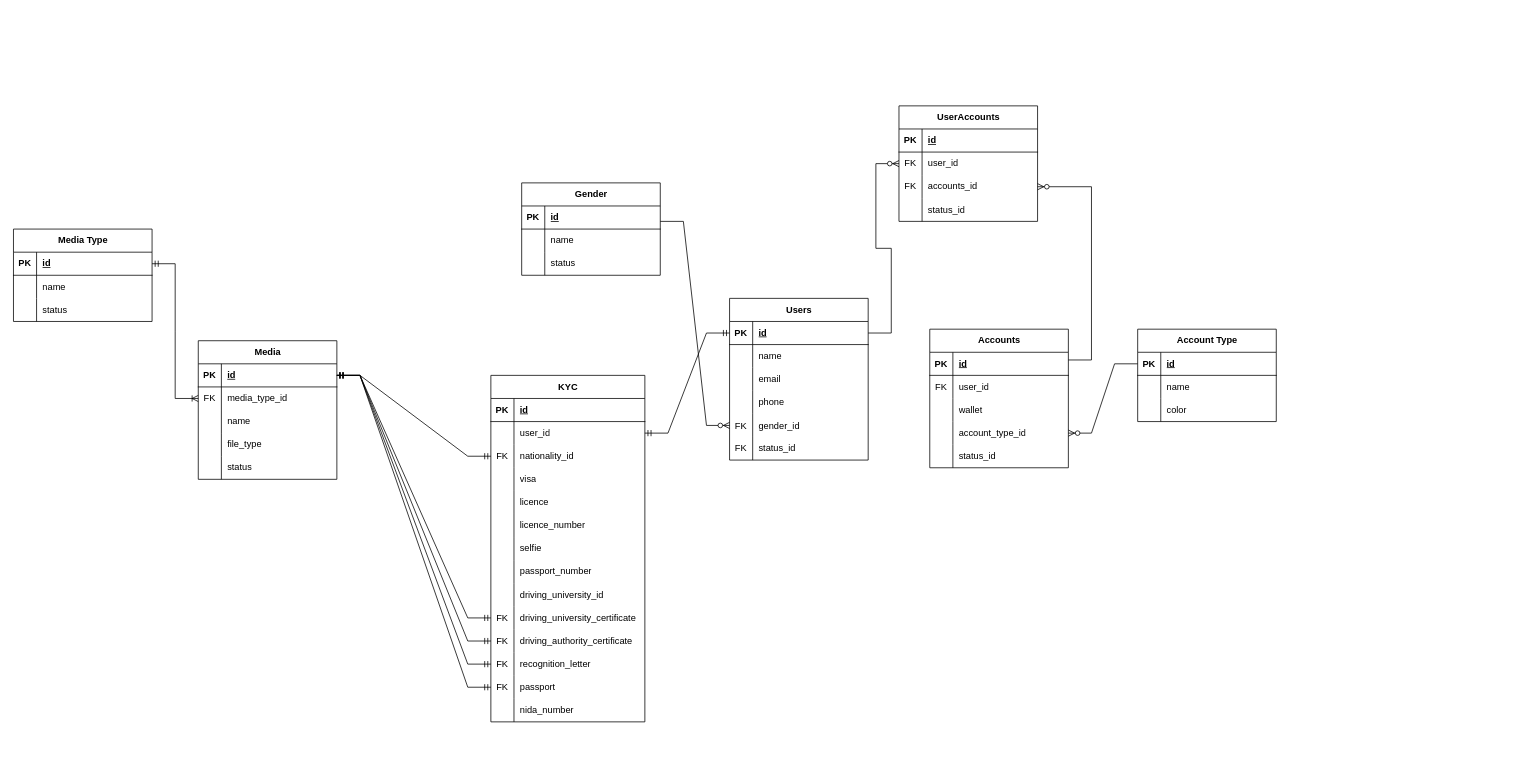
Above: irison_db_with_relationships.drawio in gmako6/irison (draw.io), before the change. Source tidied: cells renumbered, new cells numbered last; positions are measured from the earlier drawing's top-left corner, leaving out a move shared by most shapes. Both pictures are drawn from the tidied source at 77%, with x=0, y=0 at pixel (13, 105).
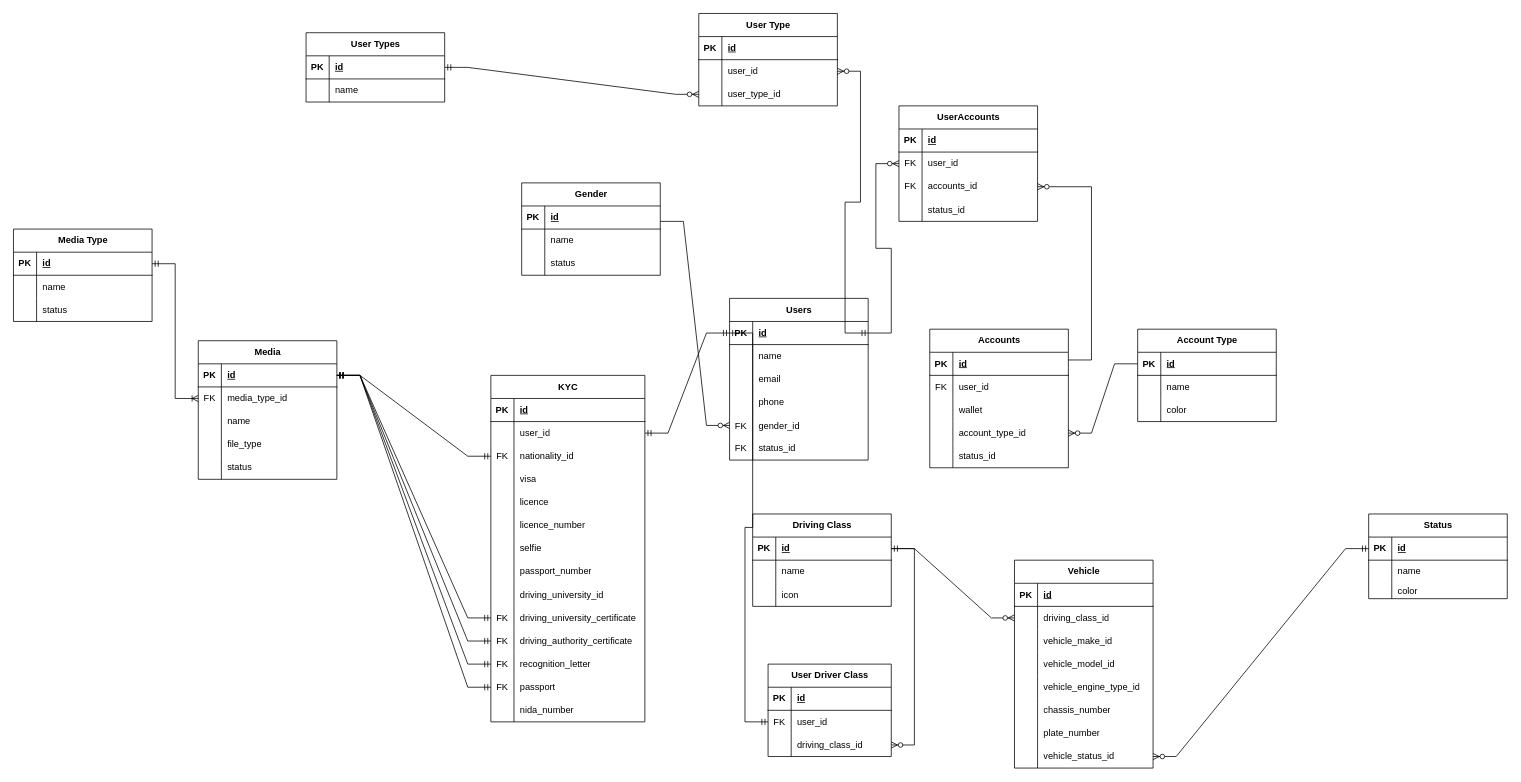
The same diagram, later.

The change refers to these unchanged cells:
```xml
<mxCell id="3" style="shape=tableRow;horizontal=0;startSize=0;swimlaneHead=0;swimlaneBody=0;fillColor=none;points=[[0,0.5],[1,0.5]];portConstraint=eastwest;top=0;left=0;right=0;bottom=1;" parent="2" vertex="1">
  <mxGeometry y="30" width="180" height="30" as="geometry" />
</mxCell>
```

What changed in the source:
```diff
@@
+    <mxCell id="150" value="Driving Class" style="shape=table;startSize=30;childLayout=tableLayout;rowLines=0;fontStyle=1;align=center;html=1;" parent="1" vertex="1">
+      <mxGeometry x="960" y="530" width="180" height="120" as="geometry" />
+    </mxCell>
+    <mxCell id="151" style="shape=tableRow;horizontal=0;startSize=0;swimlaneHead=0;swimlaneBody=0;fillColor=none;points=[[0,0.5],[1,0.5]];portConstraint=eastwest;top=0;left=0;right=0;bottom=1;" parent="150" vertex="1">
+      <mxGeometry y="30" width="180" height="30" as="geometry" />
+    </mxCell>
+    <mxCell id="152" value="PK" style="shape=partialRectangle;fillColor=none;top=0;left=0;bottom=0;right=0;fontStyle=1;overflow=hidden;whiteSpace=wrap;html=1;" parent="151" vertex="1">
+      <mxGeometry width="30" height="30" as="geometry" />
+    </mxCell>
+    <mxCell id="153" value="id" style="shape=partialRectangle;fillColor=none;top=0;left=0;bottom=0;right=0;align=left;spacingLeft=6;fontStyle=5;overflow=hidden;whiteSpace=wrap;html=1;" parent="151" vertex="1">
+      <mxGeometry x="30" width="150" height="30" as="geometry" />
+    </mxCell>
+    <mxCell id="154" style="shape=tableRow;horizontal=0;startSize=0;swimlaneHead=0;swimlaneBody=0;fillColor=none;top=0;left=0;right=0;bottom=0;" parent="150" vertex="1">
+      <mxGeometry y="60" width="180" height="30" as="geometry" />
+    </mxCell>
+    <mxCell id="155" style="shape=partialRectangle;fillColor=none;top=0;left=0;bottom=0;right=0;overflow=hidden;whiteSpace=wrap;html=1;" parent="154" vertex="1">
+      <mxGeometry width="30" height="30" as="geometry" />
+    </mxCell>
+    <mxCell id="156" value="name" style="shape=partialRectangle;fillColor=none;top=0;left=0;bottom=0;right=0;align=left;spacingLeft=6;overflow=hidden;whiteSpace=wrap;html=1;" parent="154" vertex="1">
+      <mxGeometry x="30" width="150" height="30" as="geometry" />
+    </mxCell>
+    <mxCell id="157" style="shape=tableRow;horizontal=0;startSize=0;swimlaneHead=0;swimlaneBody=0;fillColor=none;top=0;left=0;right=0;bottom=0;" parent="150" vertex="1">
+      <mxGeometry y="90" width="180" height="30" as="geometry" />
+    </mxCell>
+    <mxCell id="158" style="shape=partialRectangle;fillColor=none;top=0;left=0;bottom=0;right=0;overflow=hidden;whiteSpace=wrap;html=1;" parent="157" vertex="1">
+      <mxGeometry width="30" height="30" as="geometry" />
+    </mxCell>
+    <mxCell id="159" value="icon" style="shape=partialRectangle;fillColor=none;top=0;left=0;bottom=0;right=0;align=left;spacingLeft=6;overflow=hidden;whiteSpace=wrap;html=1;" parent="157" vertex="1">
+      <mxGeometry x="30" width="150" height="30" as="geometry" />
+    </mxCell>
+    <mxCell id="160" value="User Driver Class" style="shape=table;startSize=30;childLayout=tableLayout;rowLines=0;fontStyle=1;align=center;html=1;" parent="1" vertex="1">
+      <mxGeometry x="980" y="725" width="160" height="120" as="geometry" />
+    </mxCell>
+    <mxCell id="161" style="shape=tableRow;horizontal=0;startSize=0;swimlaneHead=0;swimlaneBody=0;fillColor=none;top=0;left=0;right=0;bottom=1;" parent="160" vertex="1">
+      <mxGeometry y="30" width="160" height="30" as="geometry" />
+    </mxCell>
+    <mxCell id="162" value="PK" style="shape=partialRectangle;fillColor=none;top=0;left=0;bottom=0;right=0;fontStyle=1;overflow=hidden;whiteSpace=wrap;html=1;" parent="161" vertex="1">
+      <mxGeometry width="30" height="30" as="geometry" />
+    </mxCell>
+    <mxCell id="163" value="id" style="shape=partialRectangle;fillColor=none;top=0;left=0;bottom=0;right=0;align=left;spacingLeft=6;fontStyle=5;overflow=hidden;whiteSpace=wrap;html=1;" parent="161" vertex="1">
+      <mxGeometry x="30" width="130" height="30" as="geometry" />
+    </mxCell>
+    <mxCell id="164" style="shape=tableRow;horizontal=0;startSize=0;swimlaneHead=0;swimlaneBody=0;fillColor=none;points=[[0,0.5],[1,0.5]];portConstraint=eastwest;top=0;left=0;right=0;bottom=0;" parent="160" vertex="1">
+      <mxGeometry y="60" width="160" height="30" as="geometry" />
+    </mxCell>
+    <mxCell id="165" value="FK" style="shape=partialRectangle;fillColor=none;top=0;left=0;bottom=0;right=0;overflow=hidden;whiteSpace=wrap;html=1;" parent="164" vertex="1">
+      <mxGeometry width="30" height="30" as="geometry" />
+    </mxCell>
+    <mxCell id="166" value="user_id" style="shape=partialRectangle;fillColor=none;top=0;left=0;bottom=0;right=0;align=left;spacingLeft=6;overflow=hidden;whiteSpace=wrap;html=1;" parent="164" vertex="1">
+      <mxGeometry x="30" width="130" height="30" as="geometry" />
+    </mxCell>
+    <mxCell id="167" style="shape=tableRow;horizontal=0;startSize=0;swimlaneHead=0;swimlaneBody=0;fillColor=none;points=[[0,0.5],[1,0.5]];portConstraint=eastwest;top=0;left=0;right=0;bottom=0;" parent="160" vertex="1">
+      <mxGeometry y="90" width="160" height="30" as="geometry" />
+    </mxCell>
+    <mxCell id="168" style="shape=partialRectangle;fillColor=none;top=0;left=0;bottom=0;right=0;overflow=hidden;whiteSpace=wrap;html=1;" parent="167" vertex="1">
+      <mxGeometry width="30" height="30" as="geometry" />
+    </mxCell>
+    <mxCell id="169" value="driving_class_id" style="shape=partialRectangle;fillColor=none;top=0;left=0;bottom=0;right=0;align=left;spacingLeft=6;overflow=hidden;whiteSpace=wrap;html=1;" parent="167" vertex="1">
+      <mxGeometry x="30" width="130" height="30" as="geometry" />
+    </mxCell>
+    <mxCell id="170" style="edgeStyle=entityRelationEdgeStyle;fontSize=12;html=1;endArrow=ERzeroToMany;endFill=1;rounded=0;exitX=1;exitY=0.5;exitDx=0;exitDy=0;entryX=1;entryY=0.5;entryDx=0;entryDy=0;" parent="1" edge="1" source="151" target="167">
+      <mxGeometry relative="1" as="geometry" />
+    </mxCell>
+    <mxCell id="171" style="edgeStyle=entityRelationEdgeStyle;fontSize=12;html=1;endArrow=ERmandOne;startArrow=ERmandOne;rounded=0;entryX=0;entryY=0.5;entryDx=0;entryDy=0;exitX=0;exitY=0.5;exitDx=0;exitDy=0;" parent="1" edge="1" source="164" target="3">
+      <mxGeometry relative="1" as="geometry">
+        <Array as="points">
+          <mxPoint x="940" y="510" />
+          <mxPoint x="900" y="430" />
+        </Array>
+      </mxGeometry>
+    </mxCell>
+    <mxCell id="172" value="User Types" style="shape=table;startSize=30;childLayout=tableLayout;rowLines=0;fontStyle=1;align=center;html=1;" parent="1" vertex="1">
+      <mxGeometry x="380" y="-95" width="180" height="90" as="geometry" />
+    </mxCell>
+    <mxCell id="173" style="shape=tableRow;horizontal=0;startSize=0;swimlaneHead=0;swimlaneBody=0;fillColor=none;points=[[0,0.5],[1,0.5]];portConstraint=eastwest;top=0;left=0;right=0;bottom=1;" parent="172" vertex="1">
+      <mxGeometry y="30" width="180" height="30" as="geometry" />
+    </mxCell>
+    <mxCell id="174" value="PK" style="shape=partialRectangle;fillColor=none;top=0;left=0;bottom=0;right=0;fontStyle=1;overflow=hidden;whiteSpace=wrap;html=1;" parent="173" vertex="1">
+      <mxGeometry width="30" height="30" as="geometry" />
+    </mxCell>
+    <mxCell id="175" value="id" style="shape=partialRectangle;fillColor=none;top=0;left=0;bottom=0;right=0;align=left;spacingLeft=6;fontStyle=5;overflow=hidden;whiteSpace=wrap;html=1;" parent="173" vertex="1">
+      <mxGeometry x="30" width="150" height="30" as="geometry" />
+    </mxCell>
+    <mxCell id="176" style="shape=tableRow;horizontal=0;startSize=0;swimlaneHead=0;swimlaneBody=0;fillColor=none;top=0;left=0;right=0;bottom=0;" parent="172" vertex="1">
+      <mxGeometry y="60" width="180" height="30" as="geometry" />
+    </mxCell>
+    <mxCell id="177" style="shape=partialRectangle;fillColor=none;top=0;left=0;bottom=0;right=0;overflow=hidden;whiteSpace=wrap;html=1;" parent="176" vertex="1">
+      <mxGeometry width="30" height="30" as="geometry" />
+    </mxCell>
+    <mxCell id="178" value="name" style="shape=partialRectangle;fillColor=none;top=0;left=0;bottom=0;right=0;align=left;spacingLeft=6;overflow=hidden;whiteSpace=wrap;html=1;" parent="176" vertex="1">
+      <mxGeometry x="30" width="150" height="30" as="geometry" />
+    </mxCell>
+    <mxCell id="179" value="Vehicle" style="shape=table;startSize=30;childLayout=tableLayout;rowLines=0;fontStyle=1;align=center;html=1;" parent="1" vertex="1">
+      <mxGeometry x="1300" y="590" width="180" height="270" as="geometry" />
+    </mxCell>
+    <mxCell id="180" style="shape=tableRow;horizontal=0;startSize=0;swimlaneHead=0;swimlaneBody=0;fillColor=none;top=0;left=0;right=0;bottom=1;" parent="179" vertex="1">
+      <mxGeometry y="30" width="180" height="30" as="geometry" />
+    </mxCell>
+    <mxCell id="181" value="PK" style="shape=partialRectangle;fillColor=none;top=0;left=0;bottom=0;right=0;fontStyle=1;overflow=hidden;whiteSpace=wrap;html=1;" parent="180" vertex="1">
+      <mxGeometry width="30" height="30" as="geometry" />
+    </mxCell>
+    <mxCell id="182" value="id" style="shape=partialRectangle;fillColor=none;top=0;left=0;bottom=0;right=0;align=left;spacingLeft=6;fontStyle=5;overflow=hidden;whiteSpace=wrap;html=1;" parent="180" vertex="1">
+      <mxGeometry x="30" width="150" height="30" as="geometry" />
+    </mxCell>
+    <mxCell id="183" style="shape=tableRow;horizontal=0;startSize=0;swimlaneHead=0;swimlaneBody=0;fillColor=none;points=[[0,0.5],[1,0.5]];portConstraint=eastwest;top=0;left=0;right=0;bottom=0;" parent="179" vertex="1">
+      <mxGeometry y="60" width="180" height="30" as="geometry" />
+    </mxCell>
+    <mxCell id="184" style="shape=partialRectangle;fillColor=none;top=0;left=0;bottom=0;right=0;overflow=hidden;whiteSpace=wrap;html=1;" parent="183" vertex="1">
+      <mxGeometry width="30" height="30" as="geometry" />
+    </mxCell>
+    <mxCell id="185" value="driving_class_id" style="shape=partialRectangle;fillColor=none;top=0;left=0;bottom=0;right=0;align=left;spacingLeft=6;overflow=hidden;whiteSpace=wrap;html=1;" parent="183" vertex="1">
+      <mxGeometry x="30" width="150" height="30" as="geometry" />
+    </mxCell>
+    <mxCell id="186" style="shape=tableRow;horizontal=0;startSize=0;swimlaneHead=0;swimlaneBody=0;fillColor=none;top=0;left=0;right=0;bottom=0;" parent="179" vertex="1">
+      <mxGeometry y="90" width="180" height="30" as="geometry" />
+    </mxCell>
+    <mxCell id="187" style="shape=partialRectangle;fillColor=none;top=0;left=0;bottom=0;right=0;overflow=hidden;whiteSpace=wrap;html=1;" parent="186" vertex="1">
+      <mxGeometry width="30" height="30" as="geometry" />
+    </mxCell>
+    <mxCell id="188" value="vehicle_make_id" style="shape=partialRectangle;fillColor=none;top=0;left=0;bottom=0;right=0;align=left;spacingLeft=6;overflow=hidden;whiteSpace=wrap;html=1;" parent="186" vertex="1">
+      <mxGeometry x="30" width="150" height="30" as="geometry" />
+    </mxCell>
+    <mxCell id="189" style="shape=tableRow;horizontal=0;startSize=0;swimlaneHead=0;swimlaneBody=0;fillColor=none;top=0;left=0;right=0;bottom=0;" parent="179" vertex="1">
+      <mxGeometry y="120" width="180" height="30" as="geometry" />
+    </mxCell>
+    <mxCell id="190" style="shape=partialRectangle;fillColor=none;top=0;left=0;bottom=0;right=0;overflow=hidden;whiteSpace=wrap;html=1;" parent="189" vertex="1">
+      <mxGeometry width="30" height="30" as="geometry" />
+    </mxCell>
+    <mxCell id="191" value="vehicle_model_id" style="shape=partialRectangle;fillColor=none;top=0;left=0;bottom=0;right=0;align=left;spacingLeft=6;overflow=hidden;whiteSpace=wrap;html=1;" parent="189" vertex="1">
+      <mxGeometry x="30" width="150" height="30" as="geometry" />
+    </mxCell>
+    <mxCell id="192" style="shape=tableRow;horizontal=0;startSize=0;swimlaneHead=0;swimlaneBody=0;fillColor=none;top=0;left=0;right=0;bottom=0;" parent="179" vertex="1">
+      <mxGeometry y="150" width="180" height="30" as="geometry" />
+    </mxCell>
+    <mxCell id="193" style="shape=partialRectangle;fillColor=none;top=0;left=0;bottom=0;right=0;overflow=hidden;whiteSpace=wrap;html=1;" parent="192" vertex="1">
+      <mxGeometry width="30" height="30" as="geometry" />
+    </mxCell>
+    <mxCell id="194" value="vehicle_engine_type_id" style="shape=partialRectangle;fillColor=none;top=0;left=0;bottom=0;right=0;align=left;spacingLeft=6;overflow=hidden;whiteSpace=wrap;html=1;" parent="192" vertex="1">
+      <mxGeometry x="30" width="150" height="30" as="geometry" />
+    </mxCell>
+    <mxCell id="195" style="shape=tableRow;horizontal=0;startSize=0;swimlaneHead=0;swimlaneBody=0;fillColor=none;top=0;left=0;right=0;bottom=0;" parent="179" vertex="1">
+      <mxGeometry y="180" width="180" height="30" as="geometry" />
+    </mxCell>
+    <mxCell id="196" style="shape=partialRectangle;fillColor=none;top=0;left=0;bottom=0;right=0;overflow=hidden;whiteSpace=wrap;html=1;" parent="195" vertex="1">
+      <mxGeometry width="30" height="30" as="geometry" />
+    </mxCell>
+    <mxCell id="197" value="chassis_number" style="shape=partialRectangle;fillColor=none;top=0;left=0;bottom=0;right=0;align=left;spacingLeft=6;overflow=hidden;whiteSpace=wrap;html=1;" parent="195" vertex="1">
+      <mxGeometry x="30" width="150" height="30" as="geometry" />
+    </mxCell>
+    <mxCell id="198" style="shape=tableRow;horizontal=0;startSize=0;swimlaneHead=0;swimlaneBody=0;fillColor=none;top=0;left=0;right=0;bottom=0;" parent="179" vertex="1">
+      <mxGeometry y="210" width="180" height="30" as="geometry" />
+    </mxCell>
+    <mxCell id="199" style="shape=partialRectangle;fillColor=none;top=0;left=0;bottom=0;right=0;overflow=hidden;whiteSpace=wrap;html=1;" parent="198" vertex="1">
+      <mxGeometry width="30" height="30" as="geometry" />
+    </mxCell>
+    <mxCell id="200" value="plate_number" style="shape=partialRectangle;fillColor=none;top=0;left=0;bottom=0;right=0;align=left;spacingLeft=6;overflow=hidden;whiteSpace=wrap;html=1;" parent="198" vertex="1">
+      <mxGeometry x="30" width="150" height="30" as="geometry" />
+    </mxCell>
+    <mxCell id="201" style="shape=tableRow;horizontal=0;startSize=0;swimlaneHead=0;swimlaneBody=0;fillColor=none;points=[[0,0.5],[1,0.5]];portConstraint=eastwest;top=0;left=0;right=0;bottom=0;" parent="179" vertex="1">
+      <mxGeometry y="240" width="180" height="30" as="geometry" />
+    </mxCell>
+    <mxCell id="202" style="shape=partialRectangle;fillColor=none;top=0;left=0;bottom=0;right=0;overflow=hidden;whiteSpace=wrap;html=1;" parent="201" vertex="1">
+      <mxGeometry width="30" height="30" as="geometry" />
+    </mxCell>
+    <mxCell id="203" value="vehicle_status_id" style="shape=partialRectangle;fillColor=none;top=0;left=0;bottom=0;right=0;align=left;spacingLeft=6;overflow=hidden;whiteSpace=wrap;html=1;" parent="201" vertex="1">
+      <mxGeometry x="30" width="150" height="30" as="geometry" />
+    </mxCell>
+    <mxCell id="204" value="User Type" style="shape=table;startSize=30;childLayout=tableLayout;rowLines=0;fontStyle=1;align=center;html=1;" parent="1" vertex="1">
+      <mxGeometry x="890" y="-120" width="180" height="120" as="geometry" />
+    </mxCell>
+    <mxCell id="205" style="shape=tableRow;horizontal=0;startSize=0;swimlaneHead=0;swimlaneBody=0;fillColor=none;top=0;left=0;right=0;bottom=1;" parent="204" vertex="1">
+      <mxGeometry y="30" width="180" height="30" as="geometry" />
+    </mxCell>
+    <mxCell id="206" value="PK" style="shape=partialRectangle;fillColor=none;top=0;left=0;bottom=0;right=0;fontStyle=1;overflow=hidden;whiteSpace=wrap;html=1;" parent="205" vertex="1">
+      <mxGeometry width="30" height="30" as="geometry" />
+    </mxCell>
+    <mxCell id="207" value="id" style="shape=partialRectangle;fillColor=none;top=0;left=0;bottom=0;right=0;align=left;spacingLeft=6;fontStyle=5;overflow=hidden;whiteSpace=wrap;html=1;" parent="205" vertex="1">
+      <mxGeometry x="30" width="150" height="30" as="geometry" />
+    </mxCell>
+    <mxCell id="208" style="shape=tableRow;horizontal=0;startSize=0;swimlaneHead=0;swimlaneBody=0;fillColor=none;points=[[0,0.5],[1,0.5]];portConstraint=eastwest;top=0;left=0;right=0;bottom=0;" parent="204" vertex="1">
+      <mxGeometry y="60" width="180" height="30" as="geometry" />
+    </mxCell>
+    <mxCell id="209" style="shape=partialRectangle;fillColor=none;top=0;left=0;bottom=0;right=0;overflow=hidden;whiteSpace=wrap;html=1;" parent="208" vertex="1">
+      <mxGeometry width="30" height="30" as="geometry" />
+    </mxCell>
+    <mxCell id="210" value="user_id" style="shape=partialRectangle;fillColor=none;top=0;left=0;bottom=0;right=0;align=left;spacingLeft=6;overflow=hidden;whiteSpace=wrap;html=1;" parent="208" vertex="1">
+      <mxGeometry x="30" width="150" height="30" as="geometry" />
+    </mxCell>
+    <mxCell id="211" style="shape=tableRow;horizontal=0;startSize=0;swimlaneHead=0;swimlaneBody=0;fillColor=none;points=[[0,0.5],[1,0.5]];portConstraint=eastwest;top=0;left=0;right=0;bottom=0;" parent="204" vertex="1">
+      <mxGeometry y="90" width="180" height="30" as="geometry" />
+    </mxCell>
+    <mxCell id="212" style="shape=partialRectangle;fillColor=none;top=0;left=0;bottom=0;right=0;overflow=hidden;whiteSpace=wrap;html=1;" parent="211" vertex="1">
+      <mxGeometry width="30" height="30" as="geometry" />
+    </mxCell>
+    <mxCell id="213" value="user_type_id" style="shape=partialRectangle;fillColor=none;top=0;left=0;bottom=0;right=0;align=left;spacingLeft=6;overflow=hidden;whiteSpace=wrap;html=1;" parent="211" vertex="1">
+      <mxGeometry x="30" width="150" height="30" as="geometry" />
+    </mxCell>
+    <mxCell id="214" value="Status" style="shape=table;startSize=30;childLayout=tableLayout;rowLines=0;fontStyle=1;align=center;html=1;" parent="1" vertex="1">
+      <mxGeometry x="1760" y="530" width="180" height="110" as="geometry" />
+    </mxCell>
+    <mxCell id="215" style="shape=tableRow;horizontal=0;startSize=0;swimlaneHead=0;swimlaneBody=0;fillColor=none;points=[[0,0.5],[1,0.5]];portConstraint=eastwest;top=0;left=0;right=0;bottom=1;" parent="214" vertex="1">
+      <mxGeometry y="30" width="180" height="30" as="geometry" />
+    </mxCell>
+    <mxCell id="216" value="PK" style="shape=partialRectangle;fillColor=none;top=0;left=0;bottom=0;right=0;fontStyle=1;overflow=hidden;whiteSpace=wrap;html=1;" parent="215" vertex="1">
+      <mxGeometry width="30" height="30" as="geometry" />
+    </mxCell>
+    <mxCell id="217" value="id" style="shape=partialRectangle;fillColor=none;top=0;left=0;bottom=0;right=0;align=left;spacingLeft=6;fontStyle=5;overflow=hidden;whiteSpace=wrap;html=1;" parent="215" vertex="1">
+      <mxGeometry x="30" width="150" height="30" as="geometry" />
+    </mxCell>
+    <mxCell id="218" style="shape=tableRow;horizontal=0;startSize=0;swimlaneHead=0;swimlaneBody=0;fillColor=none;top=0;left=0;right=0;bottom=0;" parent="214" vertex="1">
+      <mxGeometry y="60" width="180" height="30" as="geometry" />
+    </mxCell>
+    <mxCell id="219" style="shape=partialRectangle;fillColor=none;top=0;left=0;bottom=0;right=0;overflow=hidden;whiteSpace=wrap;html=1;" parent="218" vertex="1">
+      <mxGeometry width="30" height="30" as="geometry" />
+    </mxCell>
+    <mxCell id="220" value="name" style="shape=partialRectangle;fillColor=none;top=0;left=0;bottom=0;right=0;align=left;spacingLeft=6;overflow=hidden;whiteSpace=wrap;html=1;" parent="218" vertex="1">
+      <mxGeometry x="30" width="150" height="30" as="geometry" />
+    </mxCell>
+    <mxCell id="221" style="shape=tableRow;horizontal=0;startSize=0;swimlaneHead=0;swimlaneBody=0;fillColor=none;top=0;left=0;right=0;bottom=0;" parent="214" vertex="1">
+      <mxGeometry y="90" width="180" height="20" as="geometry" />
+    </mxCell>
+    <mxCell id="222" style="shape=partialRectangle;fillColor=none;top=0;left=0;bottom=0;right=0;overflow=hidden;whiteSpace=wrap;html=1;" parent="221" vertex="1">
+      <mxGeometry width="30" height="20" as="geometry" />
+    </mxCell>
+    <mxCell id="223" value="color" style="shape=partialRectangle;fillColor=none;top=0;left=0;bottom=0;right=0;align=left;spacingLeft=6;overflow=hidden;whiteSpace=wrap;html=1;" parent="221" vertex="1">
+      <mxGeometry x="30" width="150" height="20" as="geometry" />
+    </mxCell>
+    <mxCell id="224" style="edgeStyle=entityRelationEdgeStyle;fontSize=12;html=1;endArrow=ERzeroToMany;startArrow=ERmandOne;rounded=0;exitX=1;exitY=0.5;exitDx=0;exitDy=0;entryX=1;entryY=0.5;entryDx=0;entryDy=0;" parent="1" edge="1" source="3" target="208">
+      <mxGeometry relative="1" as="geometry" />
+    </mxCell>
+    <mxCell id="225" style="edgeStyle=entityRelationEdgeStyle;fontSize=12;html=1;endArrow=ERzeroToMany;startArrow=ERmandOne;rounded=0;exitX=1;exitY=0.5;exitDx=0;exitDy=0;entryX=0;entryY=0.5;entryDx=0;entryDy=0;" parent="1" edge="1" source="173" target="211">
+      <mxGeometry relative="1" as="geometry" />
+    </mxCell>
+    <mxCell id="226" style="edgeStyle=entityRelationEdgeStyle;fontSize=12;html=1;endArrow=ERzeroToMany;startArrow=ERmandOne;rounded=0;exitX=1;exitY=0.5;exitDx=0;exitDy=0;entryX=0;entryY=0.5;entryDx=0;entryDy=0;" parent="1" edge="1" source="151" target="183">
+      <mxGeometry relative="1" as="geometry" />
+    </mxCell>
+    <mxCell id="227" style="edgeStyle=entityRelationEdgeStyle;fontSize=12;html=1;endArrow=ERzeroToMany;startArrow=ERmandOne;rounded=0;exitX=0;exitY=0.5;exitDx=0;exitDy=0;entryX=1;entryY=0.5;entryDx=0;entryDy=0;" parent="1" edge="1" source="215" target="201">
+      <mxGeometry relative="1" as="geometry" />
+    </mxCell>
```
